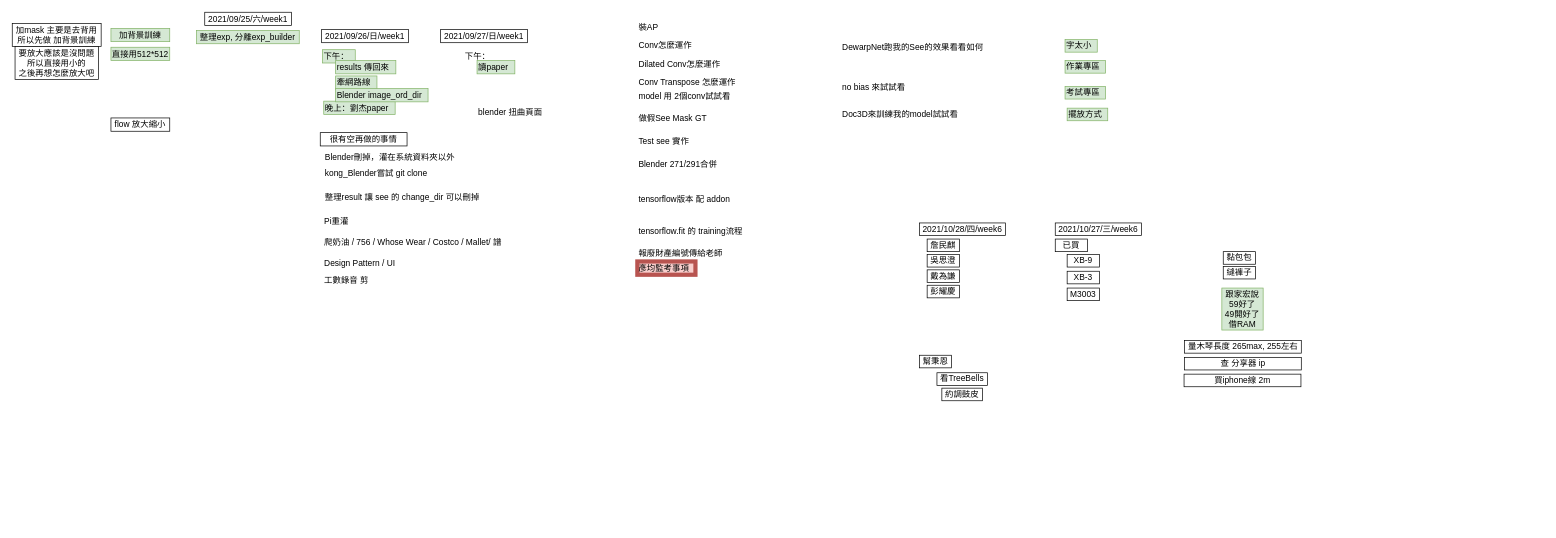
The draw.io diagram 要做的事情.drawio in KongBOy/kong_model2, before the edit. Source tidied: cells renumbered, new cells numbered last; positions are measured from the earlier drawing's top-left corner, leaving out a move shared by most shapes. Both pictures are drawn from the tidied source at 70%, with x=0, y=0 at pixel (12, 12).
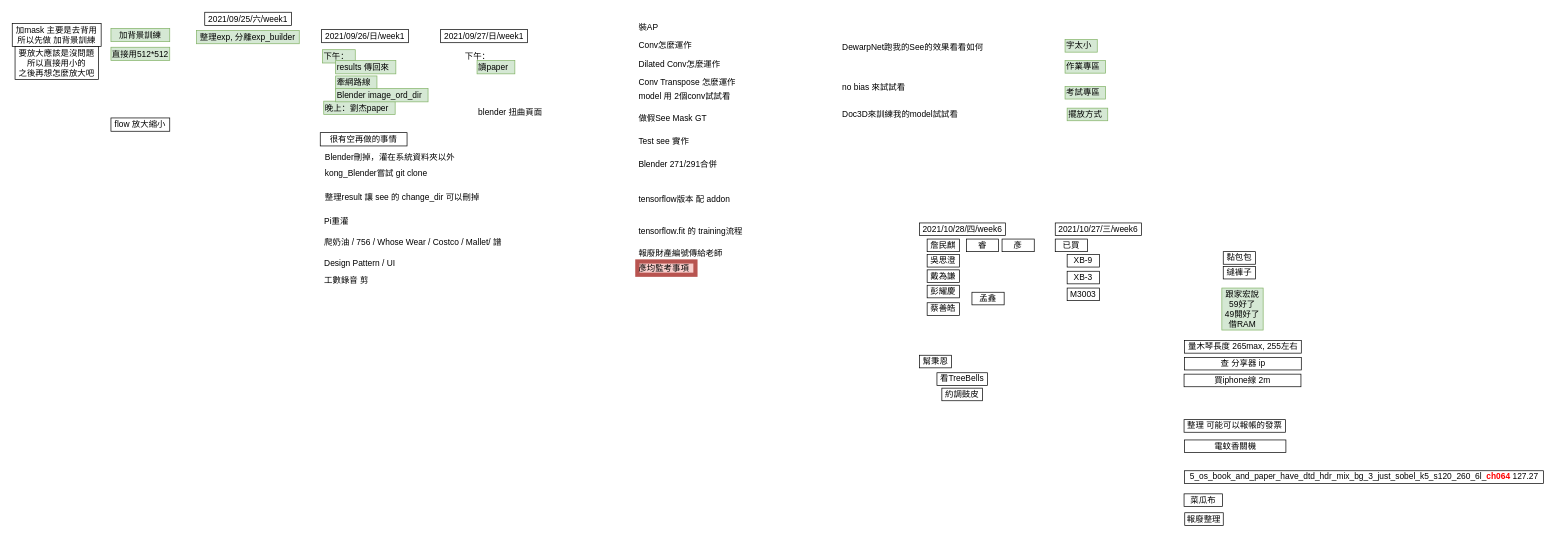
The same diagram, later.

Diff of the diagram source:
```diff
@@
+    <mxCell id="65" value="5_os_book_and_paper_have_dtd_hdr_mix_bg_3_just_sobel_k5_s120_260_6l_&lt;b&gt;&lt;font color=&quot;#ff0000&quot;&gt;ch064&lt;/font&gt;&lt;/b&gt; 127.27" style="rounded=0;whiteSpace=wrap;html=1;" parent="1" vertex="1">
+      <mxGeometry x="1674.5" y="655" width="513" height="18" as="geometry" />
+    </mxCell>
+    <mxCell id="66" value="整理 可能可以報帳的發票" style="rounded=0;whiteSpace=wrap;html=1;" parent="1" vertex="1">
+      <mxGeometry x="1674" y="582" width="145" height="18" as="geometry" />
+    </mxCell>
+    <mxCell id="67" value="電蚊香關機" style="rounded=0;whiteSpace=wrap;html=1;" parent="1" vertex="1">
+      <mxGeometry x="1674.5" y="611" width="145" height="18" as="geometry" />
+    </mxCell>
+    <mxCell id="68" value="蔡善皓" style="rounded=0;whiteSpace=wrap;html=1;" parent="1" vertex="1">
+      <mxGeometry x="1307" y="415" width="46" height="18" as="geometry" />
+    </mxCell>
+    <mxCell id="69" value="睿" style="rounded=0;whiteSpace=wrap;html=1;" parent="1" vertex="1">
+      <mxGeometry x="1363" y="324" width="46" height="18" as="geometry" />
+    </mxCell>
+    <mxCell id="70" value="孟鑫" style="rounded=0;whiteSpace=wrap;html=1;" parent="1" vertex="1">
+      <mxGeometry x="1371" y="400" width="46" height="18" as="geometry" />
+    </mxCell>
+    <mxCell id="71" value="彥" style="rounded=0;whiteSpace=wrap;html=1;" parent="1" vertex="1">
+      <mxGeometry x="1414" y="324" width="46" height="18" as="geometry" />
+    </mxCell>
+    <mxCell id="72" value="菜瓜布" style="rounded=0;whiteSpace=wrap;html=1;" parent="1" vertex="1">
+      <mxGeometry x="1674" y="688" width="55" height="18" as="geometry" />
+    </mxCell>
+    <mxCell id="73" value="報廢整理" style="rounded=0;whiteSpace=wrap;html=1;" parent="1" vertex="1">
+      <mxGeometry x="1675" y="715" width="55" height="18" as="geometry" />
+    </mxCell>
```
